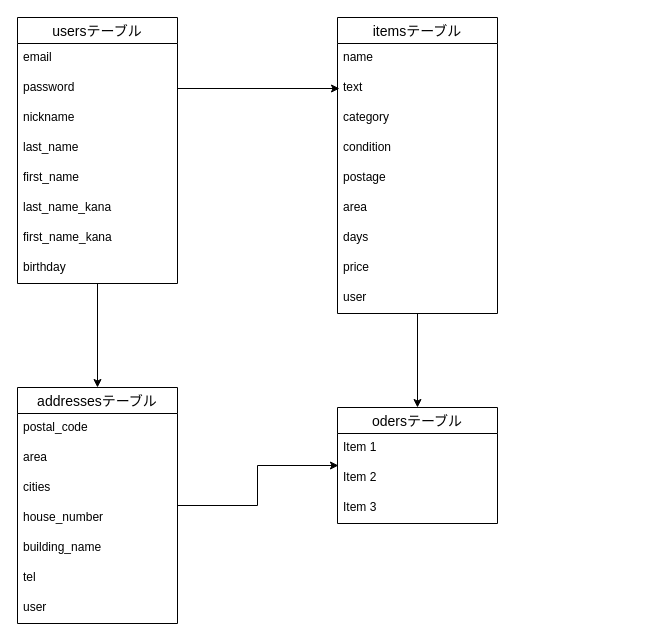
k-takomal/furima-30943 keeps this draw.io diagram as frima-30943.dio. Above is the earlier version. Source tidied: cells renumbered, new cells numbered last; positions are measured from the earlier drawing's top-left corner, leaving out a move shared by most shapes. Both pictures are drawn from the tidied source at 100%, with x=0, y=0 at pixel (17, 17).
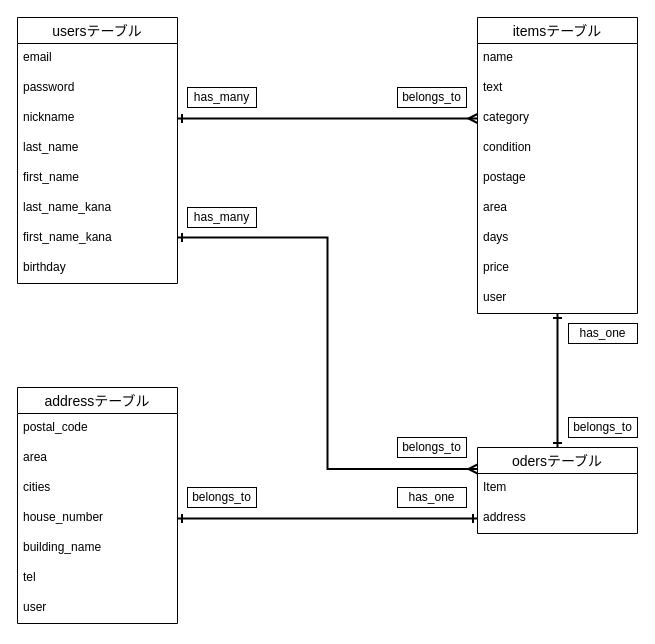
After the change.

Commit message (it also covers changes not shown here):
ReadmeとER図の修正

Unchanged cells that the change refers to:
```xml
<mxCell id="6" value="category" style="text;strokeColor=none;fillColor=none;spacingLeft=4;spacingRight=4;overflow=hidden;points=[[0,0.5],[1,0.5]];portConstraint=eastwest;fontSize=12;" parent="3" vertex="1">
  <mxGeometry y="86" width="160" height="30" as="geometry" />
</mxCell>
<mxCell id="14" value="usersテーブル" style="swimlane;fontStyle=0;horizontal=1;startSize=26;align=center;fontSize=14;" parent="1" vertex="1">
  <mxGeometry width="160" height="266" as="geometry" />
</mxCell>
<mxCell id="17" value="nickname" style="text;strokeColor=none;fillColor=none;spacingLeft=4;spacingRight=4;overflow=hidden;points=[[0,0.5],[1,0.5]];portConstraint=eastwest;fontSize=12;" parent="14" vertex="1">
  <mxGeometry y="86" width="160" height="30" as="geometry" />
</mxCell>
<mxCell id="28" value="house_number" style="text;strokeColor=none;fillColor=none;spacingLeft=4;spacingRight=4;overflow=hidden;points=[[0,0.5],[1,0.5]];portConstraint=eastwest;fontSize=12;" parent="24" vertex="1">
  <mxGeometry y="116" width="160" height="30" as="geometry" />
</mxCell>
```

Change to the diagram source:
```diff
@@
-    <mxCell id="2" style="edgeStyle=orthogonalEdgeStyle;rounded=0;jettySize=auto;html=1;entryX=0.5;entryY=0;entryDx=0;entryDy=0;" parent="1" edge="1" source="3" target="32">
+    <mxCell id="2" style="edgeStyle=orthogonalEdgeStyle;rounded=0;jettySize=auto;html=1;entryX=0.5;entryY=0;entryDx=0;entryDy=0;startArrow=ERone;startFill=0;endArrow=ERone;endFill=0;strokeWidth=2;" parent="1" edge="1" source="3" target="32">
       <mxGeometry relative="1" as="geometry" />
     </mxCell>
     <mxCell id="3" value="itemsテーブル" style="swimlane;fontStyle=0;horizontal=1;startSize=26;align=center;fontSize=14;" parent="1" vertex="1">
-      <mxGeometry x="320" width="160" height="296" as="geometry" />
+      <mxGeometry x="460" width="160" height="296" as="geometry" />
     </mxCell>
@@
-    <mxCell id="13" style="edgeStyle=orthogonalEdgeStyle;rounded=0;jettySize=auto;html=1;" parent="1" edge="1" source="14" target="24">
-      <mxGeometry relative="1" as="geometry" />
-    </mxCell>
+    <mxCell id="37" style="edgeStyle=orthogonalEdgeStyle;rounded=0;jettySize=auto;html=1;entryX=0;entryY=0.25;entryDx=0;entryDy=0;startArrow=ERone;startFill=0;endArrow=ERmany;endFill=0;strokeWidth=2;" parent="1" edge="1" source="14" target="32">
+      <mxGeometry relative="1" as="geometry">
+        <Array as="points">
+          <mxPoint x="310" y="220" />
+          <mxPoint x="310" y="452" />
+        </Array>
+      </mxGeometry>
+    </mxCell>
@@
-    <mxCell id="23" style="edgeStyle=orthogonalEdgeStyle;rounded=0;jettySize=auto;html=1;entryX=0.006;entryY=0.067;entryDx=0;entryDy=0;entryPerimeter=0;" parent="1" edge="1" source="24" target="34">
-      <mxGeometry relative="1" as="geometry" />
-    </mxCell>
-    <mxCell id="24" value="addressesテーブル" style="swimlane;fontStyle=0;horizontal=1;startSize=26;align=center;fontSize=14;" parent="1" vertex="1">
+    <mxCell id="24" value="addressテーブル" style="swimlane;fontStyle=0;horizontal=1;startSize=26;align=center;fontSize=14;" parent="1" vertex="1">
       <mxGeometry y="370" width="160" height="236" as="geometry" />
     </mxCell>
@@
     <mxCell id="32" value="odersテーブル" style="swimlane;fontStyle=0;horizontal=1;startSize=26;align=center;fontSize=14;" parent="1" vertex="1">
-      <mxGeometry x="320" y="390" width="160" height="116" as="geometry" />
+      <mxGeometry x="460" y="430" width="160" height="86" as="geometry" />
     </mxCell>
-    <mxCell id="33" value="Item 1" style="text;strokeColor=none;fillColor=none;spacingLeft=4;spacingRight=4;overflow=hidden;fontSize=12;" parent="32" vertex="1">
+    <mxCell id="33" value="Item " style="text;strokeColor=none;fillColor=none;spacingLeft=4;spacingRight=4;overflow=hidden;fontSize=12;" parent="32" vertex="1">
       <mxGeometry y="26" width="160" height="30" as="geometry" />
     </mxCell>
-    <mxCell id="34" value="Item 2" style="text;strokeColor=none;fillColor=none;spacingLeft=4;spacingRight=4;overflow=hidden;points=[[0,0.5],[1,0.5]];portConstraint=eastwest;fontSize=12;" parent="32" vertex="1">
+    <mxCell id="34" value="address" style="text;strokeColor=none;fillColor=none;spacingLeft=4;spacingRight=4;overflow=hidden;points=[[0,0.5],[1,0.5]];portConstraint=eastwest;fontSize=12;" parent="32" vertex="1">
       <mxGeometry y="56" width="160" height="30" as="geometry" />
     </mxCell>
-    <mxCell id="35" value="Item 3" style="text;strokeColor=none;fillColor=none;spacingLeft=4;spacingRight=4;overflow=hidden;fontSize=12;" parent="32" vertex="1">
-      <mxGeometry y="86" width="160" height="30" as="geometry" />
-    </mxCell>
-    <mxCell id="36" style="edgeStyle=orthogonalEdgeStyle;rounded=0;orthogonalLoop=1;jettySize=auto;html=1;exitX=1;exitY=0.5;exitDx=0;exitDy=0;" parent="1" edge="1">
-      <mxGeometry relative="1" as="geometry">
-        <mxPoint x="160" y="71" as="sourcePoint" />
-        <mxPoint x="322" y="71" as="targetPoint" />
-      </mxGeometry>
-    </mxCell>
+    <mxCell id="38" value="has_many" style="rounded=0;whiteSpace=wrap;html=1;" parent="1" vertex="1">
+      <mxGeometry x="170" y="70" width="69" height="20" as="geometry" />
+    </mxCell>
+    <mxCell id="39" value="has_one" style="rounded=0;whiteSpace=wrap;html=1;" parent="1" vertex="1">
+      <mxGeometry x="380" y="470" width="69" height="20" as="geometry" />
+    </mxCell>
+    <mxCell id="40" value="belongs_to" style="rounded=0;whiteSpace=wrap;html=1;" parent="1" vertex="1">
+      <mxGeometry x="380" y="70" width="69" height="20" as="geometry" />
+    </mxCell>
+    <mxCell id="41" value="belongs_to" style="rounded=0;whiteSpace=wrap;html=1;" parent="1" vertex="1">
+      <mxGeometry x="170" y="470" width="69" height="20" as="geometry" />
+    </mxCell>
+    <mxCell id="42" value="has_many" style="rounded=0;whiteSpace=wrap;html=1;" parent="1" vertex="1">
+      <mxGeometry x="170" y="190" width="69" height="20" as="geometry" />
+    </mxCell>
+    <mxCell id="43" value="has_one" style="rounded=0;whiteSpace=wrap;html=1;" parent="1" vertex="1">
+      <mxGeometry x="551" y="306" width="69" height="20" as="geometry" />
+    </mxCell>
+    <mxCell id="44" value="belongs_to" style="rounded=0;whiteSpace=wrap;html=1;" parent="1" vertex="1">
+      <mxGeometry x="551" y="400" width="69" height="20" as="geometry" />
+    </mxCell>
+    <mxCell id="45" value="belongs_to" style="rounded=0;whiteSpace=wrap;html=1;" parent="1" vertex="1">
+      <mxGeometry x="380" y="420" width="69" height="20" as="geometry" />
+    </mxCell>
+    <mxCell id="46" style="edgeStyle=orthogonalEdgeStyle;rounded=0;jettySize=auto;html=1;exitX=1;exitY=0.5;exitDx=0;exitDy=0;entryX=0;entryY=0.5;entryDx=0;entryDy=0;startArrow=ERone;startFill=0;endArrow=ERmany;endFill=0;strokeWidth=2;" parent="1" edge="1" source="17" target="6">
+      <mxGeometry relative="1" as="geometry" />
+    </mxCell>
+    <mxCell id="47" style="edgeStyle=orthogonalEdgeStyle;rounded=0;jettySize=auto;html=1;exitX=1;exitY=0.5;exitDx=0;exitDy=0;entryX=0;entryY=0.5;entryDx=0;entryDy=0;startArrow=ERone;startFill=0;endArrow=ERone;endFill=0;strokeWidth=2;" parent="1" edge="1" source="28" target="34">
+      <mxGeometry relative="1" as="geometry" />
+    </mxCell>
```
